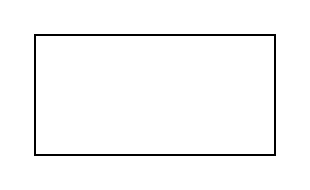
This is 未命名绘图.drawio from Foolisher/docs, a draw.io file, before an edit. Source tidied: cells renumbered, new cells numbered last; positions are measured from the earlier drawing's top-left corner, leaving out a move shared by most shapes. Both pictures are drawn from the tidied source at 200%, with x=0, y=0 at pixel (34, 34).
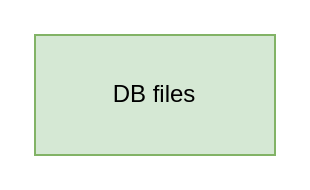
After the change.

Commit message (it also covers changes not shown here):
更新未命名绘图.drawio

Diff of the diagram source:
```diff
@@
 <mxGraphModel>
   <root>
     <mxCell id="0" />
     <mxCell id="1" parent="0" />
-    <mxCell id="2" style="rounded=0;whiteSpace=wrap;html=1;" parent="1" vertex="1">
+    <mxCell id="2" value="DB files" style="rounded=0;whiteSpace=wrap;html=1;fillColor=#d5e8d4;strokeColor=#82b366;" parent="1" vertex="1">
       <mxGeometry width="120" height="60" as="geometry" />
     </mxCell>
   </root>
 </mxGraphModel>
```
